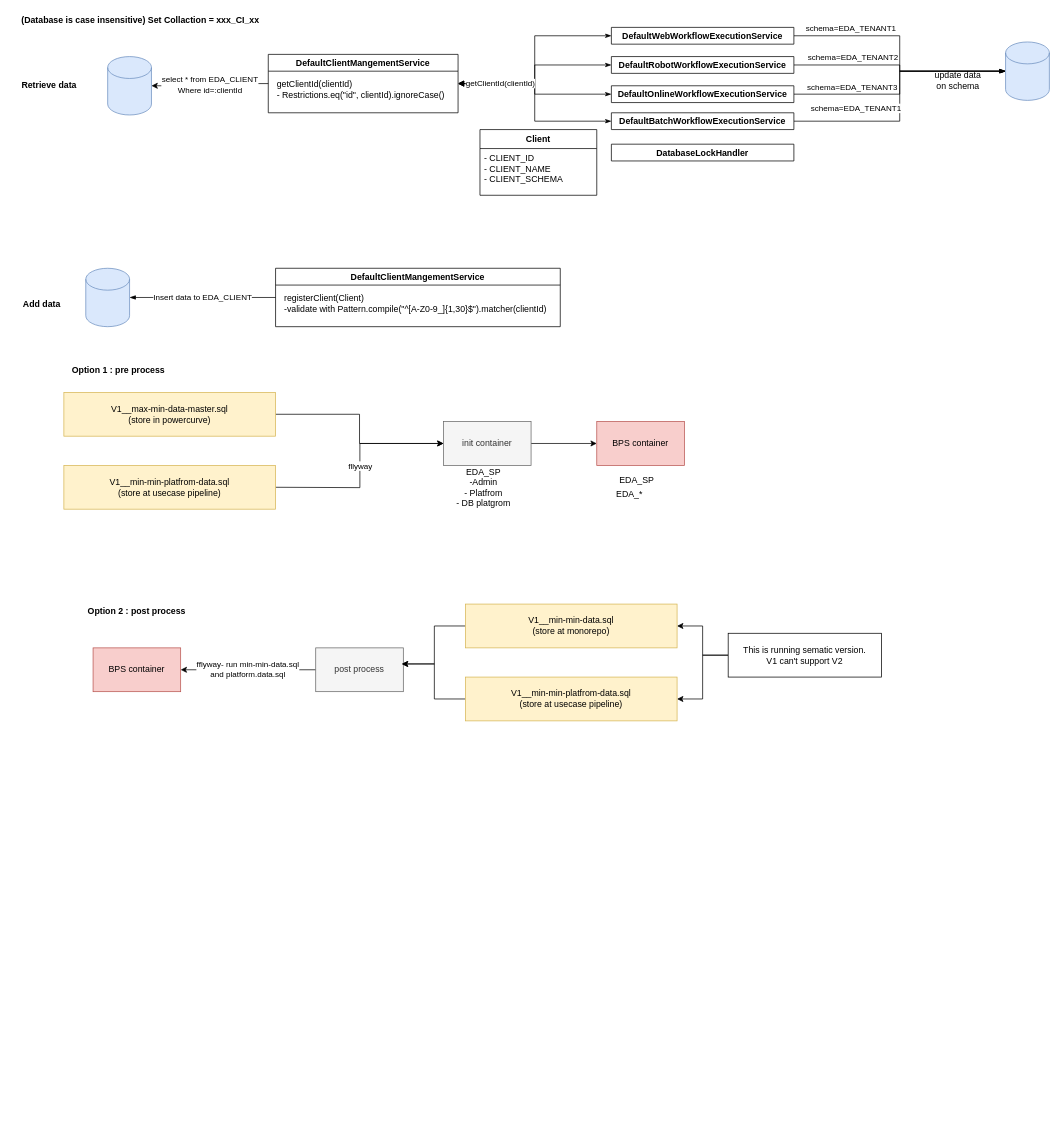
Earlier version of the draw.io diagram BPS-Client-ID-Usage.drawio (cjjian/Diagram). Source tidied: cells renumbered, new cells numbered last; positions are measured from the earlier drawing's top-left corner, leaving out a move shared by most shapes. Both pictures are drawn from the tidied source at 73%, with x=0, y=0 at pixel (12, 12).
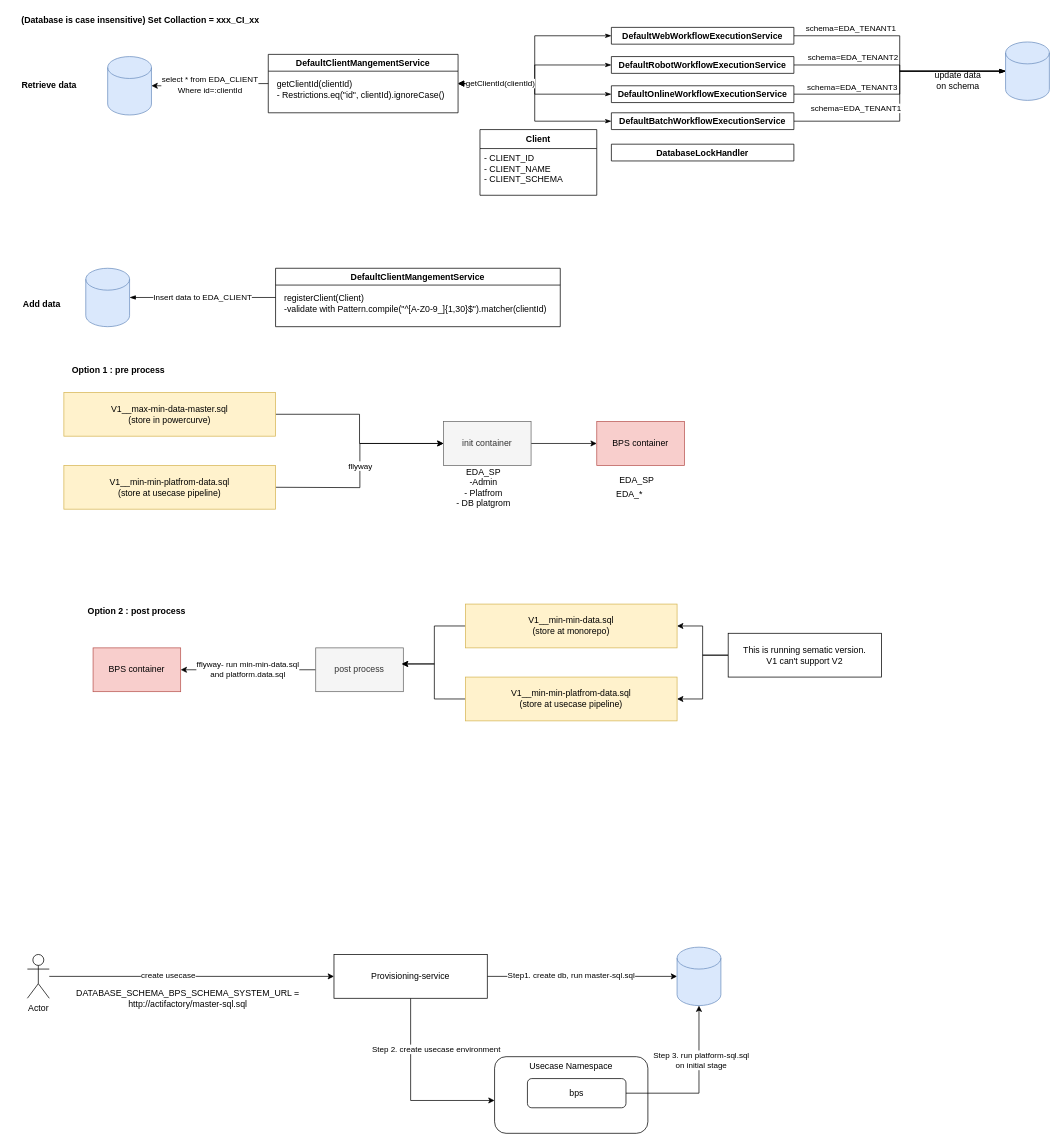
The same page after the edit.

Change to the diagram source:
```diff
@@
+    <mxCell id="52" value="Usecase Namespace" style="rounded=1;whiteSpace=wrap;html=1;align=center;verticalAlign=top;" parent="1" vertex="1">
+      <mxGeometry x="660" y="1430" width="210" height="105" as="geometry" />
+    </mxCell>
@@
+    <mxCell id="53" style="edgeStyle=orthogonalEdgeStyle;rounded=0;jettySize=auto;html=1;entryX=0;entryY=0.5;entryDx=0;entryDy=0;entryPerimeter=0;" parent="1" edge="1" source="56" target="57">
+      <mxGeometry relative="1" as="geometry" />
+    </mxCell>
+    <mxCell id="54" value="Step1. create db, run master-sql.sql" style="edgeLabel;html=1;align=center;verticalAlign=middle;" parent="53" vertex="1">
+      <mxGeometry x="-0.12" y="2" relative="1" as="geometry" />
+    </mxCell>
+    <mxCell id="55" value="Step 2. create usecase environment" style="edgeStyle=orthogonalEdgeStyle;rounded=0;jettySize=auto;html=1;" parent="1" edge="1" source="56" target="52">
+      <mxGeometry x="0.37" y="70" relative="1" as="geometry">
+        <Array as="points">
+          <mxPoint x="545" y="1490" />
+        </Array>
+      </mxGeometry>
+    </mxCell>
+    <mxCell id="56" value="Provisioning-service" style="rounded=0;whiteSpace=wrap;html=1;" parent="1" vertex="1">
+      <mxGeometry x="440" y="1290" width="210" height="60" as="geometry" />
+    </mxCell>
+    <mxCell id="57" style="shape=cylinder3;whiteSpace=wrap;html=1;boundedLbl=1;backgroundOutline=1;size=15;align=left;fillColor=#dae8fc;strokeColor=#6c8ebf;" parent="1" vertex="1">
+      <mxGeometry x="910" y="1280" width="60" height="80" as="geometry" />
+    </mxCell>
+    <mxCell id="58" style="edgeStyle=orthogonalEdgeStyle;rounded=0;jettySize=auto;html=1;" parent="1" edge="1" source="60" target="56">
+      <mxGeometry relative="1" as="geometry" />
+    </mxCell>
+    <mxCell id="59" value="create usecase" style="edgeLabel;html=1;align=center;verticalAlign=middle;" parent="58" vertex="1">
+      <mxGeometry x="-0.17" y="2" relative="1" as="geometry" />
+    </mxCell>
+    <mxCell id="60" value="Actor" style="shape=umlActor;verticalLabelPosition=bottom;verticalAlign=top;html=1;outlineConnect=0;" parent="1" vertex="1">
+      <mxGeometry x="20" y="1290" width="30" height="60" as="geometry" />
+    </mxCell>
+    <mxCell id="61" value="DATABASE_SCHEMA_BPS_SCHEMA_SYSTEM_URL = http://actifactory/master-sql.sql" style="text;whiteSpace=wrap;html=1;align=center;" parent="1" vertex="1">
+      <mxGeometry x="80" y="1330" width="320" height="30" as="geometry" />
+    </mxCell>
+    <mxCell id="62" style="edgeStyle=orthogonalEdgeStyle;rounded=0;jettySize=auto;html=1;entryX=0.5;entryY=1;entryDx=0;entryDy=0;entryPerimeter=0;" parent="1" edge="1" source="64" target="57">
+      <mxGeometry relative="1" as="geometry" />
+    </mxCell>
+    <mxCell id="63" value="Step 3. run platform-sql.sql&lt;br&gt;on initial stage" style="edgeLabel;html=1;align=center;verticalAlign=middle;" parent="62" vertex="1">
+      <mxGeometry x="-0.09" y="46" relative="1" as="geometry">
+        <mxPoint x="48" y="-46" as="offset" />
+      </mxGeometry>
+    </mxCell>
+    <mxCell id="64" value="bps" style="rounded=1;whiteSpace=wrap;html=1;align=center;" parent="1" vertex="1">
+      <mxGeometry x="705" y="1460" width="135" height="40" as="geometry" />
+    </mxCell>
```
